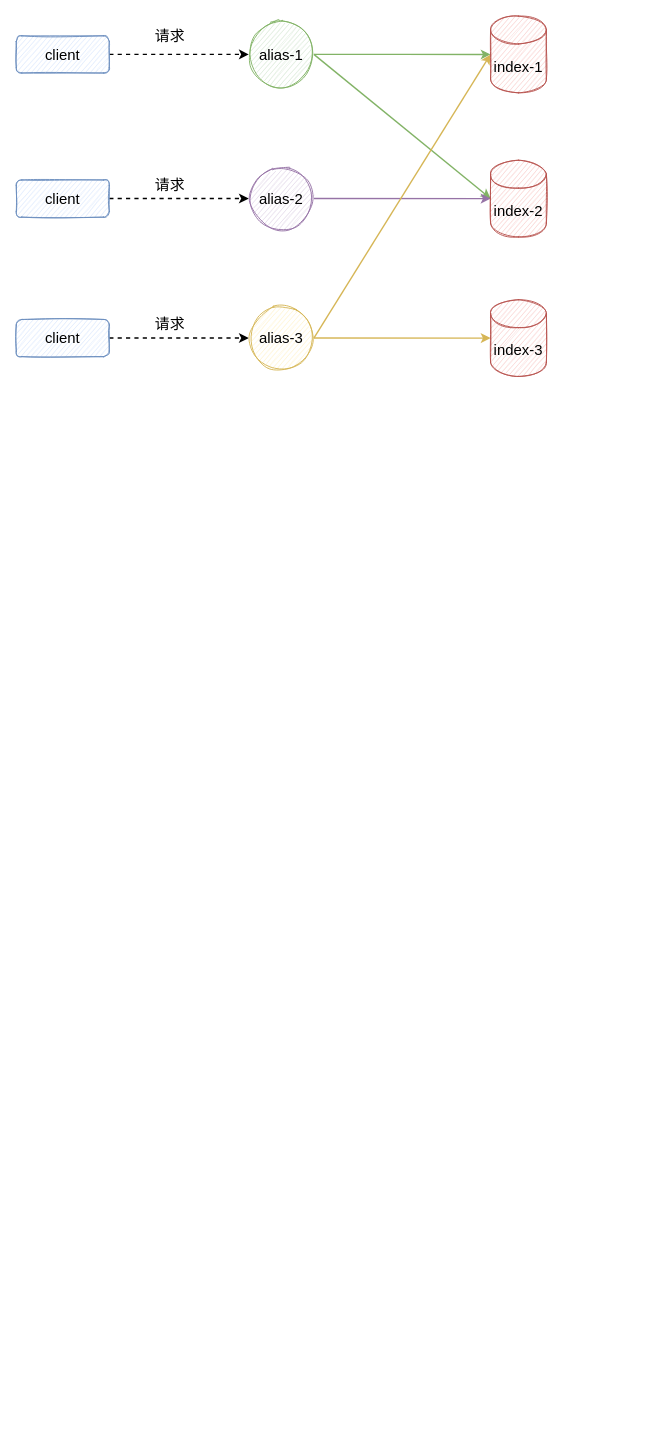
Above: Elasticsearch/alias.drawio in cr7258/draw.io (draw.io), before the change. Source tidied: cells renumbered, new cells numbered last; positions are measured from the earlier drawing's top-left corner, leaving out a move shared by most shapes. Both pictures are drawn from the tidied source at 93%, with x=0, y=0 at pixel (16, 16).
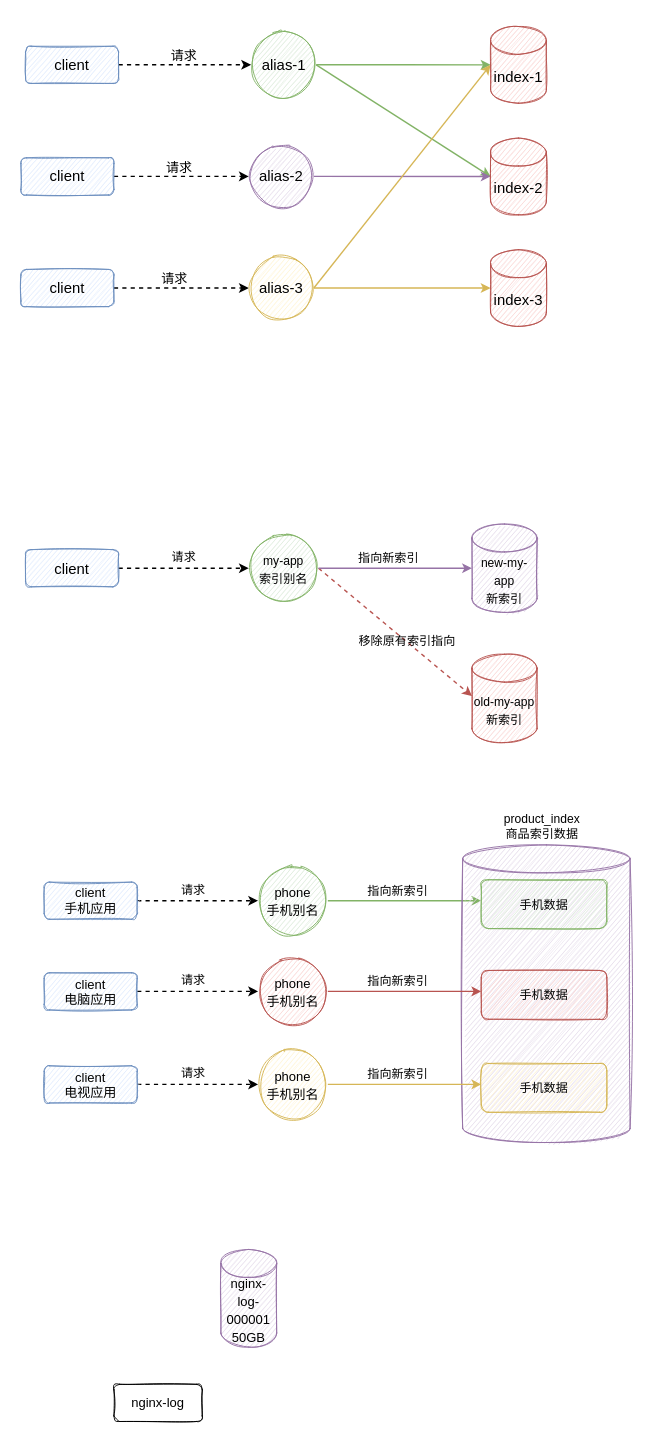
The same page after the edit.

Change to the diagram source:
```diff
@@
     <mxCell id="3" value="&lt;font style=&quot;font-size: 16px&quot;&gt;client&lt;/font&gt;" style="rounded=1;whiteSpace=wrap;html=1;fillColor=#dae8fc;strokeColor=#6c8ebf;sketch=1;" parent="1" vertex="1">
-      <mxGeometry y="21" width="100" height="40" as="geometry" />
+      <mxGeometry x="10" y="32.2" width="100" height="40" as="geometry" />
     </mxCell>
@@
     <mxCell id="5" value="&lt;font style=&quot;font-size: 16px&quot;&gt;client&lt;/font&gt;" style="rounded=1;whiteSpace=wrap;html=1;fillColor=#dae8fc;strokeColor=#6c8ebf;sketch=1;" parent="1" vertex="1">
-      <mxGeometry y="176" width="100" height="40" as="geometry" />
+      <mxGeometry x="5" y="152.2" width="100" height="40" as="geometry" />
     </mxCell>
@@
     <mxCell id="7" value="&lt;font style=&quot;font-size: 16px&quot;&gt;client&lt;/font&gt;" style="rounded=1;whiteSpace=wrap;html=1;fillColor=#dae8fc;strokeColor=#6c8ebf;sketch=1;" parent="1" vertex="1">
-      <mxGeometry y="326" width="100" height="40" as="geometry" />
+      <mxGeometry x="5" y="272.2" width="100" height="40" as="geometry" />
     </mxCell>
@@
     <mxCell id="10" value="alias-1" style="ellipse;whiteSpace=wrap;html=1;fontSize=16;fillColor=#d5e8d4;strokeColor=#82b366;sketch=1;" parent="1" vertex="1">
-      <mxGeometry x="250" y="6" width="70" height="70" as="geometry" />
+      <mxGeometry x="252.5" y="17.2" width="70" height="70" as="geometry" />
     </mxCell>
@@
     <mxCell id="12" value="alias-2" style="ellipse;whiteSpace=wrap;html=1;fontSize=16;fillColor=#e1d5e7;strokeColor=#9673a6;sketch=1;" parent="1" vertex="1">
-      <mxGeometry x="250" y="161" width="70" height="70" as="geometry" />
+      <mxGeometry x="250" y="137.2" width="70" height="70" as="geometry" />
     </mxCell>
@@
     <mxCell id="15" value="alias-3" style="ellipse;whiteSpace=wrap;html=1;fontSize=16;fillColor=#fff2cc;strokeColor=#d6b656;sketch=1;" parent="1" vertex="1">
-      <mxGeometry x="250" y="311" width="70" height="70" as="geometry" />
+      <mxGeometry x="250" y="257.2" width="70" height="70" as="geometry" />
     </mxCell>
     <mxCell id="16" value="index-1" style="shape=cylinder3;whiteSpace=wrap;html=1;boundedLbl=1;backgroundOutline=1;size=15;sketch=1;fontSize=16;fillColor=#f8cecc;strokeColor=#b85450;" parent="1" vertex="1">
-      <mxGeometry x="510" y="-0.2" width="60" height="82.5" as="geometry" />
+      <mxGeometry x="510" y="11" width="60" height="82.5" as="geometry" />
     </mxCell>
     <mxCell id="17" value="index-2" style="shape=cylinder3;whiteSpace=wrap;html=1;boundedLbl=1;backgroundOutline=1;size=15;sketch=1;fontSize=16;fillColor=#f8cecc;strokeColor=#b85450;" parent="1" vertex="1">
-      <mxGeometry x="510" y="154.8" width="60" height="82.5" as="geometry" />
+      <mxGeometry x="510" y="131" width="60" height="82.5" as="geometry" />
     </mxCell>
     <mxCell id="18" value="index-3" style="shape=cylinder3;whiteSpace=wrap;html=1;boundedLbl=1;backgroundOutline=1;size=15;sketch=1;fontSize=16;fillColor=#f8cecc;strokeColor=#b85450;" parent="1" vertex="1">
-      <mxGeometry x="510" y="304.8" width="60" height="82.5" as="geometry" />
+      <mxGeometry x="510" y="251" width="60" height="82.5" as="geometry" />
     </mxCell>
-    <mxCell id="19" value="请求" style="text;html=1;align=center;verticalAlign=middle;strokeColor=none;fillColor=none;fontSize=16;" parent="1" vertex="1">
-      <mxGeometry x="140" y="11" width="50" height="20" as="geometry" />
+    <mxCell id="19" value="请求" style="text;html=1;align=center;verticalAlign=middle;strokeColor=none;fillColor=none;fontSize=14;" parent="1" vertex="1">
+      <mxGeometry x="160" y="32.2" width="40" height="20" as="geometry" />
     </mxCell>
-    <mxCell id="20" value="请求" style="text;html=1;align=center;verticalAlign=middle;strokeColor=none;fillColor=none;fontSize=16;" parent="1" vertex="1">
-      <mxGeometry x="140" y="171" width="50" height="20" as="geometry" />
+    <mxCell id="20" value="&lt;font style=&quot;font-size: 14px&quot;&gt;请求&lt;/font&gt;" style="text;html=1;align=center;verticalAlign=middle;strokeColor=none;fillColor=none;fontSize=16;" parent="1" vertex="1">
+      <mxGeometry x="155" y="147.2" width="40" height="30" as="geometry" />
     </mxCell>
-    <mxCell id="21" value="请求" style="text;html=1;align=center;verticalAlign=middle;strokeColor=none;fillColor=none;fontSize=16;" parent="1" vertex="1">
-      <mxGeometry x="140" y="321" width="50" height="20" as="geometry" />
+    <mxCell id="21" value="请求" style="text;html=1;align=center;verticalAlign=middle;strokeColor=none;fillColor=none;fontSize=14;" parent="1" vertex="1">
+      <mxGeometry x="150" y="272.2" width="40" height="20" as="geometry" />
     </mxCell>
+    <mxCell id="22" style="edgeStyle=none;rounded=0;jettySize=auto;html=1;exitX=1;exitY=0.5;exitDx=0;exitDy=0;entryX=0;entryY=0.5;entryDx=0;entryDy=0;dashed=1;fontSize=14;strokeWidth=1.5;" parent="1" edge="1" source="23" target="26">
+      <mxGeometry relative="1" as="geometry" />
+    </mxCell>
+    <mxCell id="23" value="&lt;font style=&quot;font-size: 16px&quot;&gt;client&lt;/font&gt;" style="rounded=1;whiteSpace=wrap;html=1;fillColor=#dae8fc;strokeColor=#6c8ebf;sketch=1;" parent="1" vertex="1">
+      <mxGeometry x="10" y="573.5" width="100" height="40" as="geometry" />
+    </mxCell>
+    <mxCell id="24" style="edgeStyle=none;rounded=0;jettySize=auto;html=1;exitX=1;exitY=0.5;exitDx=0;exitDy=0;entryX=0;entryY=0.5;entryDx=0;entryDy=0;dashed=1;fontSize=16;strokeWidth=1.5;fillColor=#f8cecc;strokeColor=#b85450;" parent="1" edge="1" source="26">
+      <mxGeometry relative="1" as="geometry">
+        <mxPoint x="490" y="731" as="targetPoint" />
+      </mxGeometry>
+    </mxCell>
+    <mxCell id="25" style="edgeStyle=none;rounded=0;jettySize=auto;html=1;exitX=1;exitY=0.5;exitDx=0;exitDy=0;entryX=0;entryY=0.5;entryDx=0;entryDy=0;fontSize=16;strokeWidth=1.5;fillColor=#e1d5e7;strokeColor=#9673a6;" parent="1" edge="1" source="26">
+      <mxGeometry relative="1" as="geometry">
+        <mxPoint x="490" y="593.5" as="targetPoint" />
+      </mxGeometry>
+    </mxCell>
+    <mxCell id="26" value="&lt;font style=&quot;font-size: 13px&quot;&gt;my-app&lt;br&gt;索引别名&lt;br&gt;&lt;/font&gt;" style="ellipse;whiteSpace=wrap;html=1;fontSize=16;fillColor=#d5e8d4;strokeColor=#82b366;sketch=1;" parent="1" vertex="1">
+      <mxGeometry x="250" y="556" width="75" height="75" as="geometry" />
+    </mxCell>
+    <mxCell id="27" value="&lt;font style=&quot;font-size: 13px&quot;&gt;请求&lt;/font&gt;" style="text;html=1;align=center;verticalAlign=middle;strokeColor=none;fillColor=none;fontSize=14;" parent="1" vertex="1">
+      <mxGeometry x="160" y="571" width="40" height="20" as="geometry" />
+    </mxCell>
+    <mxCell id="28" value="&lt;font style=&quot;font-size: 13px&quot;&gt;移除原有索引指向&lt;/font&gt;" style="text;html=1;align=center;verticalAlign=middle;strokeColor=none;fillColor=none;fontSize=16;" parent="1" vertex="1">
+      <mxGeometry x="360" y="656" width="120" height="30" as="geometry" />
+    </mxCell>
+    <mxCell id="29" value="&lt;font style=&quot;font-size: 13px&quot;&gt;指向新索引&lt;/font&gt;" style="text;html=1;align=center;verticalAlign=middle;strokeColor=none;fillColor=none;fontSize=16;" parent="1" vertex="1">
+      <mxGeometry x="360" y="566" width="80" height="30" as="geometry" />
+    </mxCell>
+    <mxCell id="30" style="edgeStyle=none;rounded=0;jettySize=auto;html=1;exitX=1;exitY=0.5;exitDx=0;exitDy=0;entryX=0;entryY=0.5;entryDx=0;entryDy=0;dashed=1;fontSize=14;strokeWidth=1.5;" parent="1" edge="1" source="31" target="33">
+      <mxGeometry relative="1" as="geometry" />
+    </mxCell>
+    <mxCell id="31" value="&lt;font style=&quot;font-size: 14px&quot;&gt;client&lt;br&gt;手机应用&lt;br&gt;&lt;/font&gt;" style="rounded=1;whiteSpace=wrap;html=1;fillColor=#dae8fc;strokeColor=#6c8ebf;sketch=1;" parent="1" vertex="1">
+      <mxGeometry x="30" y="931" width="100" height="40" as="geometry" />
+    </mxCell>
+    <mxCell id="32" style="edgeStyle=none;rounded=0;jettySize=auto;html=1;exitX=1;exitY=0.5;exitDx=0;exitDy=0;entryX=0;entryY=0.5;entryDx=0;entryDy=0;fontSize=16;strokeWidth=1.5;fillColor=#d5e8d4;strokeColor=#82b366;" parent="1" edge="1" source="33">
+      <mxGeometry relative="1" as="geometry">
+        <mxPoint x="500" y="951" as="targetPoint" />
+      </mxGeometry>
+    </mxCell>
+    <mxCell id="33" value="&lt;font style=&quot;font-size: 14px&quot;&gt;phone&lt;br&gt;手机别名&lt;br&gt;&lt;/font&gt;" style="ellipse;whiteSpace=wrap;html=1;fontSize=16;fillColor=#d5e8d4;strokeColor=#82b366;sketch=1;" parent="1" vertex="1">
+      <mxGeometry x="260" y="913.5" width="75" height="75" as="geometry" />
+    </mxCell>
+    <mxCell id="34" value="&lt;font style=&quot;font-size: 13px&quot;&gt;请求&lt;/font&gt;" style="text;html=1;align=center;verticalAlign=middle;strokeColor=none;fillColor=none;fontSize=14;" parent="1" vertex="1">
+      <mxGeometry x="170" y="928.5" width="40" height="20" as="geometry" />
+    </mxCell>
+    <mxCell id="35" value="&lt;font style=&quot;font-size: 13px&quot;&gt;指向新索引&lt;/font&gt;" style="text;html=1;align=center;verticalAlign=middle;strokeColor=none;fillColor=none;fontSize=16;" parent="1" vertex="1">
+      <mxGeometry x="370" y="923.5" width="80" height="30" as="geometry" />
+    </mxCell>
+    <mxCell id="36" value="&lt;font style=&quot;font-size: 13px&quot;&gt;new-my-app&lt;br&gt;新索引&lt;/font&gt;" style="shape=cylinder3;whiteSpace=wrap;html=1;boundedLbl=1;backgroundOutline=1;size=15;sketch=1;fontSize=16;fillColor=#e1d5e7;strokeColor=#9673a6;" parent="1" vertex="1">
+      <mxGeometry x="490" y="546" width="70" height="95" as="geometry" />
+    </mxCell>
+    <mxCell id="37" value="&lt;font style=&quot;font-size: 13px&quot;&gt;old-my-app&lt;br&gt;新索引&lt;/font&gt;" style="shape=cylinder3;whiteSpace=wrap;html=1;boundedLbl=1;backgroundOutline=1;size=15;sketch=1;fontSize=16;fillColor=#f8cecc;strokeColor=#b85450;" parent="1" vertex="1">
+      <mxGeometry x="490" y="686" width="70" height="95" as="geometry" />
+    </mxCell>
+    <mxCell id="38" style="shape=cylinder3;whiteSpace=wrap;html=1;boundedLbl=1;backgroundOutline=1;size=15;sketch=1;fontSize=16;fillColor=#e1d5e7;strokeColor=#9673a6;" parent="1" vertex="1">
+      <mxGeometry x="480" y="891" width="180" height="320" as="geometry" />
+    </mxCell>
+    <mxCell id="39" value="product_index&lt;br&gt;商品索引数据" style="text;html=1;align=center;verticalAlign=middle;fillColor=none;strokeColor=none;rounded=0;sketch=1;fontSize=13;" parent="1" vertex="1">
+      <mxGeometry x="515" y="851" width="100" height="40" as="geometry" />
+    </mxCell>
+    <mxCell id="40" value="手机数据" style="rounded=1;whiteSpace=wrap;html=1;sketch=1;fontSize=13;fillColor=#d5e8d4;strokeColor=#82b366;" parent="1" vertex="1">
+      <mxGeometry x="500" y="928.5" width="135" height="52.5" as="geometry" />
+    </mxCell>
+    <mxCell id="41" style="edgeStyle=none;rounded=0;jettySize=auto;html=1;exitX=1;exitY=0.5;exitDx=0;exitDy=0;entryX=0;entryY=0.5;entryDx=0;entryDy=0;dashed=1;fontSize=14;strokeWidth=1.5;" parent="1" edge="1" source="42" target="44">
+      <mxGeometry relative="1" as="geometry" />
+    </mxCell>
+    <mxCell id="42" value="&lt;font style=&quot;font-size: 14px&quot;&gt;client&lt;br&gt;电脑应用&lt;br&gt;&lt;/font&gt;" style="rounded=1;whiteSpace=wrap;html=1;fillColor=#dae8fc;strokeColor=#6c8ebf;sketch=1;" parent="1" vertex="1">
+      <mxGeometry x="30" y="1028.5" width="100" height="40" as="geometry" />
+    </mxCell>
+    <mxCell id="43" style="edgeStyle=none;rounded=0;jettySize=auto;html=1;exitX=1;exitY=0.5;exitDx=0;exitDy=0;entryX=0;entryY=0.5;entryDx=0;entryDy=0;fontSize=16;strokeWidth=1.5;fillColor=#f8cecc;strokeColor=#b85450;" parent="1" edge="1" source="44">
+      <mxGeometry relative="1" as="geometry">
+        <mxPoint x="500" y="1048.5" as="targetPoint" />
+      </mxGeometry>
+    </mxCell>
+    <mxCell id="44" value="&lt;font style=&quot;font-size: 14px&quot;&gt;phone&lt;br&gt;手机别名&lt;br&gt;&lt;/font&gt;" style="ellipse;whiteSpace=wrap;html=1;fontSize=16;fillColor=#f8cecc;strokeColor=#b85450;sketch=1;" parent="1" vertex="1">
+      <mxGeometry x="260" y="1011" width="75" height="75" as="geometry" />
+    </mxCell>
+    <mxCell id="45" value="&lt;font style=&quot;font-size: 13px&quot;&gt;请求&lt;/font&gt;" style="text;html=1;align=center;verticalAlign=middle;strokeColor=none;fillColor=none;fontSize=14;" parent="1" vertex="1">
+      <mxGeometry x="170" y="1026" width="40" height="20" as="geometry" />
+    </mxCell>
+    <mxCell id="46" value="&lt;font style=&quot;font-size: 13px&quot;&gt;指向新索引&lt;/font&gt;" style="text;html=1;align=center;verticalAlign=middle;strokeColor=none;fillColor=none;fontSize=16;" parent="1" vertex="1">
+      <mxGeometry x="370" y="1021" width="80" height="30" as="geometry" />
+    </mxCell>
+    <mxCell id="47" value="手机数据" style="rounded=1;whiteSpace=wrap;html=1;sketch=1;fontSize=13;fillColor=#f8cecc;strokeColor=#b85450;" parent="1" vertex="1">
+      <mxGeometry x="500" y="1026" width="135" height="52.5" as="geometry" />
+    </mxCell>
+    <mxCell id="48" style="edgeStyle=none;rounded=0;jettySize=auto;html=1;exitX=1;exitY=0.5;exitDx=0;exitDy=0;entryX=0;entryY=0.5;entryDx=0;entryDy=0;dashed=1;fontSize=14;strokeWidth=1.5;" parent="1" edge="1" source="49" target="51">
+      <mxGeometry relative="1" as="geometry" />
+    </mxCell>
+    <mxCell id="49" value="&lt;font style=&quot;font-size: 14px&quot;&gt;client&lt;br&gt;电视应用&lt;br&gt;&lt;/font&gt;" style="rounded=1;whiteSpace=wrap;html=1;fillColor=#dae8fc;strokeColor=#6c8ebf;sketch=1;" parent="1" vertex="1">
+      <mxGeometry x="30" y="1128.5" width="100" height="40" as="geometry" />
+    </mxCell>
+    <mxCell id="50" style="edgeStyle=none;rounded=0;jettySize=auto;html=1;exitX=1;exitY=0.5;exitDx=0;exitDy=0;entryX=0;entryY=0.5;entryDx=0;entryDy=0;fontSize=16;strokeWidth=1.5;fillColor=#fff2cc;strokeColor=#d6b656;" parent="1" edge="1" source="51">
+      <mxGeometry relative="1" as="geometry">
+        <mxPoint x="500" y="1148.5" as="targetPoint" />
+      </mxGeometry>
+    </mxCell>
+    <mxCell id="51" value="&lt;font style=&quot;font-size: 14px&quot;&gt;phone&lt;br&gt;手机别名&lt;br&gt;&lt;/font&gt;" style="ellipse;whiteSpace=wrap;html=1;fontSize=16;fillColor=#fff2cc;strokeColor=#d6b656;sketch=1;" parent="1" vertex="1">
+      <mxGeometry x="260" y="1111" width="75" height="75" as="geometry" />
+    </mxCell>
+    <mxCell id="52" value="&lt;font style=&quot;font-size: 13px&quot;&gt;请求&lt;/font&gt;" style="text;html=1;align=center;verticalAlign=middle;strokeColor=none;fillColor=none;fontSize=14;" parent="1" vertex="1">
+      <mxGeometry x="170" y="1126" width="40" height="20" as="geometry" />
+    </mxCell>
+    <mxCell id="53" value="&lt;font style=&quot;font-size: 13px&quot;&gt;指向新索引&lt;/font&gt;" style="text;html=1;align=center;verticalAlign=middle;strokeColor=none;fillColor=none;fontSize=16;" parent="1" vertex="1">
+      <mxGeometry x="370" y="1121" width="80" height="30" as="geometry" />
+    </mxCell>
+    <mxCell id="54" value="手机数据" style="rounded=1;whiteSpace=wrap;html=1;sketch=1;fontSize=13;fillColor=#fff2cc;strokeColor=#d6b656;" parent="1" vertex="1">
+      <mxGeometry x="500" y="1126" width="135" height="52.5" as="geometry" />
+    </mxCell>
+    <mxCell id="55" value="nginx-log" style="rounded=1;whiteSpace=wrap;html=1;sketch=1;fontSize=14;" parent="1" vertex="1">
+      <mxGeometry x="105" y="1471" width="95" height="40" as="geometry" />
+    </mxCell>
+    <mxCell id="56" value="&lt;span style=&quot;font-size: 14px&quot;&gt;nginx-log-000001&lt;/span&gt;&lt;br style=&quot;font-size: 14px&quot;&gt;&lt;span style=&quot;font-size: 14px&quot;&gt;50GB&lt;/span&gt;" style="shape=cylinder3;whiteSpace=wrap;html=1;boundedLbl=1;backgroundOutline=1;size=15;sketch=1;fontSize=16;fillColor=#e1d5e7;strokeColor=#9673a6;" parent="1" vertex="1">
+      <mxGeometry x="220" y="1326" width="60" height="105" as="geometry" />
+    </mxCell>
```
